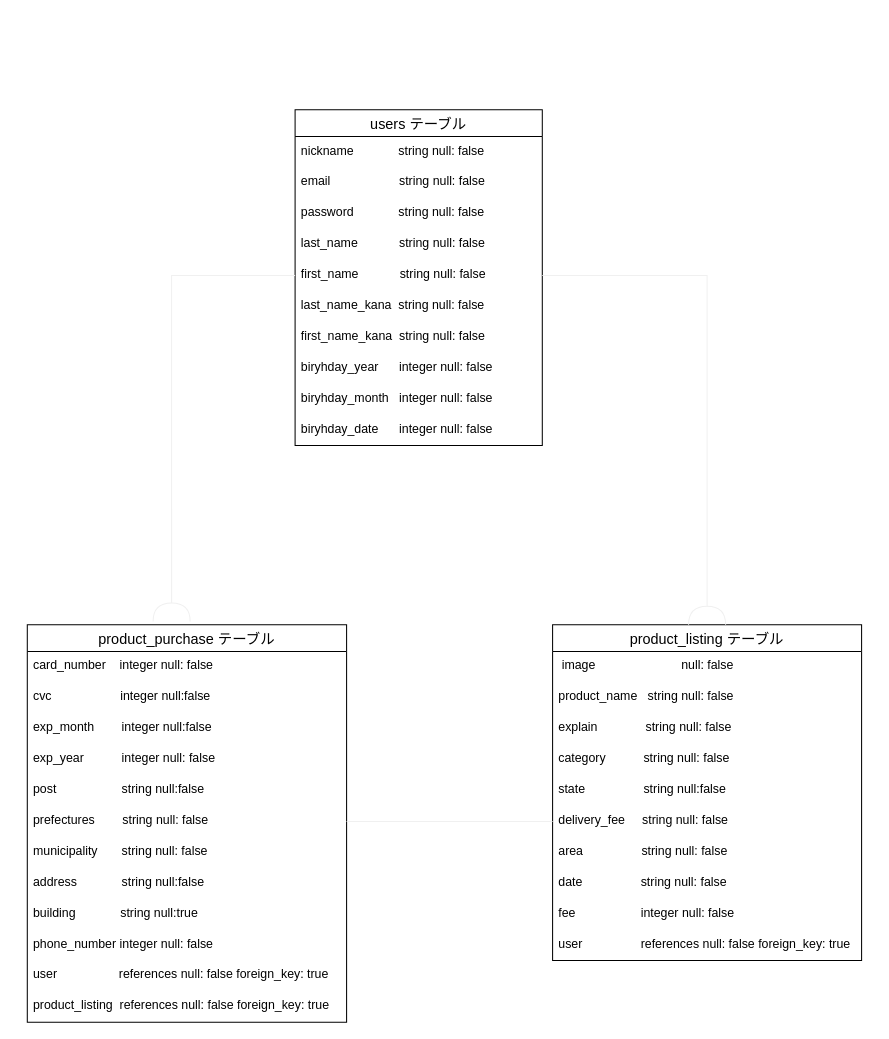
Before: ER.dio in uronchan17/furima-33528, a draw.io diagram. Source tidied: cells renumbered, new cells numbered last; positions are measured from the earlier drawing's top-left corner, leaving out a move shared by most shapes. Both pictures are drawn from the tidied source at 103%, with x=0, y=0 at pixel (27, 109).
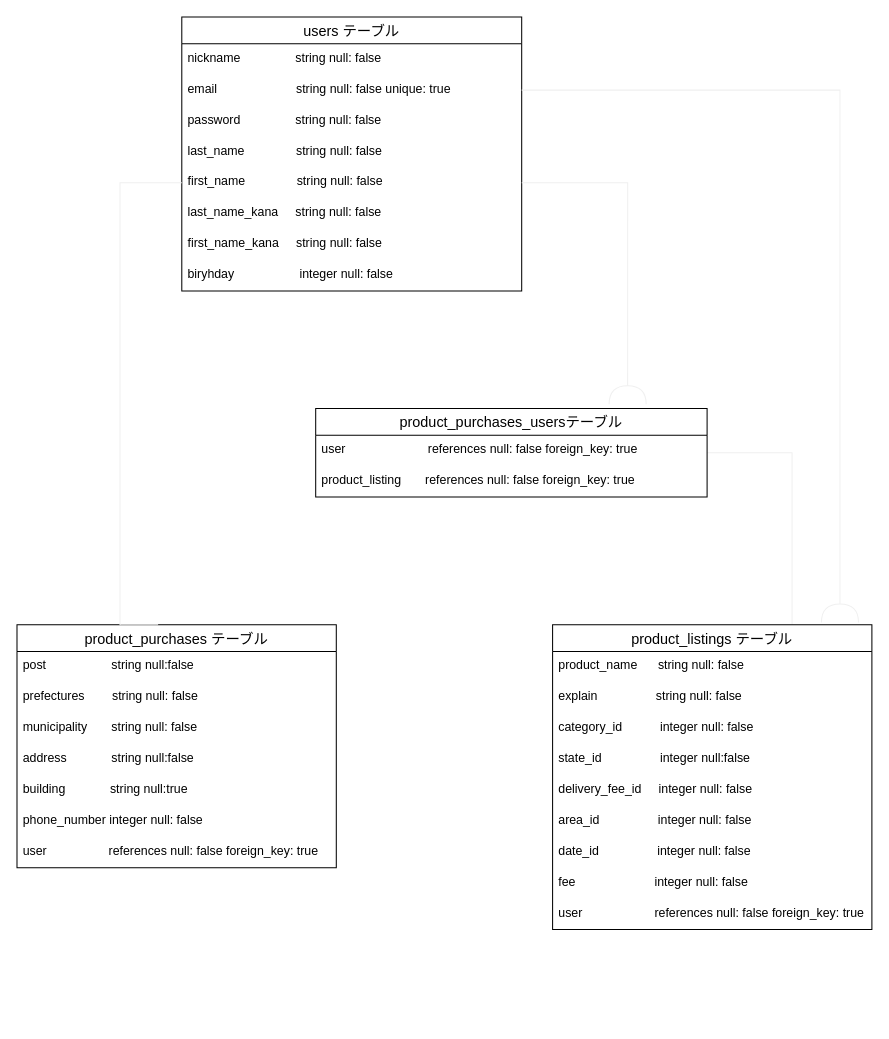
Above is the later version.

What changed in the source:
```diff
@@
     <mxCell id="2" value="users テーブル" style="swimlane;fontStyle=0;horizontal=1;startSize=26;align=center;fontSize=14;" parent="1" vertex="1">
-      <mxGeometry x="260" width="240" height="326" as="geometry" />
+      <mxGeometry x="150" y="-90" width="330" height="266" as="geometry" />
     </mxCell>
-    <mxCell id="3" value="nickname             string null: false" style="text;strokeColor=none;fillColor=none;spacingLeft=4;spacingRight=4;overflow=hidden;fontSize=12;" parent="2" vertex="1">
-      <mxGeometry y="26" width="240" height="30" as="geometry" />
+    <mxCell id="3" value="nickname                string null: false" style="text;strokeColor=none;fillColor=none;spacingLeft=4;spacingRight=4;overflow=hidden;fontSize=12;" parent="2" vertex="1">
+      <mxGeometry y="26" width="330" height="30" as="geometry" />
     </mxCell>
-    <mxCell id="4" value="email                    string null: false" style="text;strokeColor=none;fillColor=none;spacingLeft=4;spacingRight=4;overflow=hidden;points=[[0,0.5],[1,0.5]];portConstraint=eastwest;fontSize=12;" parent="2" vertex="1">
-      <mxGeometry y="56" width="240" height="30" as="geometry" />
+    <mxCell id="4" value="email                       string null: false unique: true" style="text;strokeColor=none;fillColor=none;spacingLeft=4;spacingRight=4;overflow=hidden;points=[[0,0.5],[1,0.5]];portConstraint=eastwest;fontSize=12;" parent="2" vertex="1">
+      <mxGeometry y="56" width="330" height="30" as="geometry" />
     </mxCell>
-    <mxCell id="5" value="password             string null: false" style="text;strokeColor=none;fillColor=none;spacingLeft=4;spacingRight=4;overflow=hidden;fontSize=12;" parent="2" vertex="1">
-      <mxGeometry y="86" width="240" height="30" as="geometry" />
+    <mxCell id="5" value="password                string null: false" style="text;strokeColor=none;fillColor=none;spacingLeft=4;spacingRight=4;overflow=hidden;fontSize=12;" parent="2" vertex="1">
+      <mxGeometry y="86" width="330" height="30" as="geometry" />
     </mxCell>
-    <mxCell id="6" value="last_name            string null: false " style="text;strokeColor=none;fillColor=none;spacingLeft=4;spacingRight=4;overflow=hidden;fontSize=12;" parent="2" vertex="1">
-      <mxGeometry y="116" width="240" height="30" as="geometry" />
+    <mxCell id="6" value="last_name               string null: false " style="text;strokeColor=none;fillColor=none;spacingLeft=4;spacingRight=4;overflow=hidden;fontSize=12;" parent="2" vertex="1">
+      <mxGeometry y="116" width="330" height="30" as="geometry" />
     </mxCell>
-    <mxCell id="7" value="first_name            string null: false " style="text;strokeColor=none;fillColor=none;spacingLeft=4;spacingRight=4;overflow=hidden;points=[[0,0.5],[1,0.5]];portConstraint=eastwest;fontSize=12;" parent="2" vertex="1">
-      <mxGeometry y="146" width="240" height="30" as="geometry" />
+    <mxCell id="7" value="first_name               string null: false " style="text;strokeColor=none;fillColor=none;spacingLeft=4;spacingRight=4;overflow=hidden;points=[[0,0.5],[1,0.5]];portConstraint=eastwest;fontSize=12;" parent="2" vertex="1">
+      <mxGeometry y="146" width="330" height="30" as="geometry" />
     </mxCell>
-    <mxCell id="8" value="last_name_kana  string null: false" style="text;strokeColor=none;fillColor=none;spacingLeft=4;spacingRight=4;overflow=hidden;fontSize=12;" parent="2" vertex="1">
-      <mxGeometry y="176" width="240" height="30" as="geometry" />
+    <mxCell id="8" value="last_name_kana     string null: false" style="text;strokeColor=none;fillColor=none;spacingLeft=4;spacingRight=4;overflow=hidden;fontSize=12;" parent="2" vertex="1">
+      <mxGeometry y="176" width="330" height="30" as="geometry" />
     </mxCell>
-    <mxCell id="9" value="first_name_kana  string null: false" style="text;strokeColor=none;fillColor=none;spacingLeft=4;spacingRight=4;overflow=hidden;fontSize=12;" parent="2" vertex="1">
-      <mxGeometry y="206" width="240" height="30" as="geometry" />
+    <mxCell id="9" value="first_name_kana     string null: false" style="text;strokeColor=none;fillColor=none;spacingLeft=4;spacingRight=4;overflow=hidden;fontSize=12;" parent="2" vertex="1">
+      <mxGeometry y="206" width="330" height="30" as="geometry" />
     </mxCell>
-    <mxCell id="10" value="biryhday_year      integer null: false" style="text;strokeColor=none;fillColor=none;spacingLeft=4;spacingRight=4;overflow=hidden;fontSize=12;" parent="2" vertex="1">
-      <mxGeometry y="236" width="240" height="30" as="geometry" />
+    <mxCell id="10" value="biryhday                   integer null: false" style="text;strokeColor=none;fillColor=none;spacingLeft=4;spacingRight=4;overflow=hidden;fontSize=12;" parent="2" vertex="1">
+      <mxGeometry y="236" width="330" height="30" as="geometry" />
     </mxCell>
-    <mxCell id="11" value="biryhday_month   integer null: false" style="text;strokeColor=none;fillColor=none;spacingLeft=4;spacingRight=4;overflow=hidden;fontSize=12;" parent="2" vertex="1">
-      <mxGeometry y="266" width="240" height="30" as="geometry" />
-    </mxCell>
-    <mxCell id="12" value="biryhday_date      integer null: false" style="text;strokeColor=none;fillColor=none;spacingLeft=4;spacingRight=4;overflow=hidden;fontSize=12;" parent="2" vertex="1">
-      <mxGeometry y="296" width="240" height="30" as="geometry" />
-    </mxCell>
+    <mxCell id="40" style="edgeStyle=orthogonalEdgeStyle;rounded=0;jettySize=auto;html=1;exitX=0.75;exitY=0;exitDx=0;exitDy=0;entryX=1;entryY=0.5;entryDx=0;entryDy=0;sourcePerimeterSpacing=0;endArrow=none;endFill=0;endSize=16;strokeColor=#f0f0f0;" parent="1" edge="1" source="13" target="41">
+      <mxGeometry relative="1" as="geometry" />
+    </mxCell>
-    <mxCell id="13" value="product_listing テーブル" style="swimlane;fontStyle=0;horizontal=1;startSize=26;align=center;fontSize=14;" parent="1" vertex="1">
-      <mxGeometry x="510" y="500" width="300" height="326" as="geometry" />
+    <mxCell id="13" value="product_listings テーブル" style="swimlane;fontStyle=0;horizontal=1;startSize=26;align=center;fontSize=14;" parent="1" vertex="1">
+      <mxGeometry x="510" y="500" width="310" height="296" as="geometry" />
     </mxCell>
-    <mxCell id="14" value=" image                         null: false" style="text;strokeColor=none;fillColor=none;spacingLeft=4;spacingRight=4;overflow=hidden;fontSize=12;" parent="13" vertex="1">
-      <mxGeometry y="26" width="300" height="30" as="geometry" />
-    </mxCell>
-    <mxCell id="15" value="product_name   string null: false" style="text;strokeColor=none;fillColor=none;spacingLeft=4;spacingRight=4;overflow=hidden;fontSize=12;" parent="13" vertex="1">
-      <mxGeometry y="56" width="300" height="30" as="geometry" />
+    <mxCell id="15" value="product_name      string null: false" style="text;strokeColor=none;fillColor=none;spacingLeft=4;spacingRight=4;overflow=hidden;fontSize=12;" parent="13" vertex="1">
+      <mxGeometry y="26" width="310" height="30" as="geometry" />
     </mxCell>
-    <mxCell id="16" value="explain              string null: false" style="text;strokeColor=none;fillColor=none;spacingLeft=4;spacingRight=4;overflow=hidden;fontSize=12;" parent="13" vertex="1">
-      <mxGeometry y="86" width="300" height="30" as="geometry" />
+    <mxCell id="16" value="explain                 string null: false" style="text;strokeColor=none;fillColor=none;spacingLeft=4;spacingRight=4;overflow=hidden;fontSize=12;" parent="13" vertex="1">
+      <mxGeometry y="56" width="310" height="30" as="geometry" />
     </mxCell>
-    <mxCell id="17" value="category           string null: false" style="text;strokeColor=none;fillColor=none;spacingLeft=4;spacingRight=4;overflow=hidden;fontSize=12;" parent="13" vertex="1">
-      <mxGeometry y="116" width="300" height="30" as="geometry" />
+    <mxCell id="17" value="category_id           integer null: false" style="text;strokeColor=none;fillColor=none;spacingLeft=4;spacingRight=4;overflow=hidden;fontSize=12;" parent="13" vertex="1">
+      <mxGeometry y="86" width="310" height="30" as="geometry" />
     </mxCell>
-    <mxCell id="18" value="state                 string null:false" style="text;strokeColor=none;fillColor=none;spacingLeft=4;spacingRight=4;overflow=hidden;fontSize=12;" parent="13" vertex="1">
-      <mxGeometry y="146" width="300" height="30" as="geometry" />
+    <mxCell id="18" value="state_id                 integer null:false" style="text;strokeColor=none;fillColor=none;spacingLeft=4;spacingRight=4;overflow=hidden;fontSize=12;" parent="13" vertex="1">
+      <mxGeometry y="116" width="310" height="30" as="geometry" />
     </mxCell>
-    <mxCell id="19" value="delivery_fee     string null: false" style="text;strokeColor=none;fillColor=none;spacingLeft=4;spacingRight=4;overflow=hidden;points=[[0,0.5],[1,0.5]];portConstraint=eastwest;fontSize=12;" parent="13" vertex="1">
-      <mxGeometry y="176" width="300" height="30" as="geometry" />
+    <mxCell id="19" value="delivery_fee_id     integer null: false" style="text;strokeColor=none;fillColor=none;spacingLeft=4;spacingRight=4;overflow=hidden;points=[[0,0.5],[1,0.5]];portConstraint=eastwest;fontSize=12;" parent="13" vertex="1">
+      <mxGeometry y="146" width="310" height="30" as="geometry" />
     </mxCell>
-    <mxCell id="20" value="area                 string null: false" style="text;strokeColor=none;fillColor=none;spacingLeft=4;spacingRight=4;overflow=hidden;fontSize=12;" parent="13" vertex="1">
-      <mxGeometry y="206" width="300" height="30" as="geometry" />
+    <mxCell id="20" value="area_id                 integer null: false" style="text;strokeColor=none;fillColor=none;spacingLeft=4;spacingRight=4;overflow=hidden;fontSize=12;" parent="13" vertex="1">
+      <mxGeometry y="176" width="310" height="30" as="geometry" />
     </mxCell>
-    <mxCell id="21" value="date                 string null: false" style="text;strokeColor=none;fillColor=none;spacingLeft=4;spacingRight=4;overflow=hidden;fontSize=12;" parent="13" vertex="1">
-      <mxGeometry y="236" width="300" height="30" as="geometry" />
+    <mxCell id="21" value="date_id                 integer null: false" style="text;strokeColor=none;fillColor=none;spacingLeft=4;spacingRight=4;overflow=hidden;fontSize=12;" parent="13" vertex="1">
+      <mxGeometry y="206" width="310" height="30" as="geometry" />
     </mxCell>
-    <mxCell id="22" value="fee                   integer null: false" style="text;strokeColor=none;fillColor=none;spacingLeft=4;spacingRight=4;overflow=hidden;fontSize=12;" parent="13" vertex="1">
-      <mxGeometry y="266" width="300" height="30" as="geometry" />
+    <mxCell id="22" value="fee                       integer null: false" style="text;strokeColor=none;fillColor=none;spacingLeft=4;spacingRight=4;overflow=hidden;fontSize=12;" parent="13" vertex="1">
+      <mxGeometry y="236" width="310" height="30" as="geometry" />
     </mxCell>
-    <mxCell id="23" value="user                 references null: false foreign_key: true" style="text;strokeColor=none;fillColor=none;spacingLeft=4;spacingRight=4;overflow=hidden;fontSize=12;" parent="13" vertex="1">
-      <mxGeometry y="296" width="300" height="30" as="geometry" />
+    <mxCell id="23" value="user                     references null: false foreign_key: true" style="text;strokeColor=none;fillColor=none;spacingLeft=4;spacingRight=4;overflow=hidden;fontSize=12;" parent="13" vertex="1">
+      <mxGeometry y="266" width="310" height="30" as="geometry" />
     </mxCell>
-    <mxCell id="24" value="product_purchase テーブル" style="swimlane;fontStyle=0;horizontal=1;startSize=26;align=center;fontSize=14;" parent="1" vertex="1">
-      <mxGeometry y="500" width="310" height="386" as="geometry" />
+    <mxCell id="24" value="product_purchases テーブル" style="swimlane;fontStyle=0;horizontal=1;startSize=26;align=center;fontSize=14;" parent="1" vertex="1">
+      <mxGeometry x="-10" y="500" width="310" height="236" as="geometry" />
     </mxCell>
-    <mxCell id="25" value="card_number    integer null: false" style="text;strokeColor=none;fillColor=none;spacingLeft=4;spacingRight=4;overflow=hidden;fontSize=12;" parent="24" vertex="1">
-      <mxGeometry y="26" width="310" height="30" as="geometry" />
-    </mxCell>
-    <mxCell id="26" value="cvc                    integer null:false" style="text;strokeColor=none;fillColor=none;spacingLeft=4;spacingRight=4;overflow=hidden;fontSize=12;" parent="24" vertex="1">
-      <mxGeometry y="56" width="310" height="30" as="geometry" />
-    </mxCell>
-    <mxCell id="27" value="exp_month        integer null:false" style="text;strokeColor=none;fillColor=none;spacingLeft=4;spacingRight=4;overflow=hidden;fontSize=12;" parent="24" vertex="1">
-      <mxGeometry y="86" width="310" height="30" as="geometry" />
-    </mxCell>
-    <mxCell id="28" value="exp_year           integer null: false" style="text;strokeColor=none;fillColor=none;spacingLeft=4;spacingRight=4;overflow=hidden;fontSize=12;" parent="24" vertex="1">
-      <mxGeometry y="116" width="310" height="30" as="geometry" />
-    </mxCell>
     <mxCell id="29" value="post                   string null:false" style="text;strokeColor=none;fillColor=none;spacingLeft=4;spacingRight=4;overflow=hidden;fontSize=12;" parent="24" vertex="1">
-      <mxGeometry y="146" width="310" height="30" as="geometry" />
+      <mxGeometry y="26" width="310" height="30" as="geometry" />
     </mxCell>
     <mxCell id="30" value="prefectures        string null: false" style="text;strokeColor=none;fillColor=none;spacingLeft=4;spacingRight=4;overflow=hidden;points=[[0,0.5],[1,0.5]];portConstraint=eastwest;fontSize=12;" parent="24" vertex="1">
-      <mxGeometry y="176" width="310" height="30" as="geometry" />
+      <mxGeometry y="56" width="310" height="30" as="geometry" />
     </mxCell>
     <mxCell id="31" value="municipality       string null: false" style="text;strokeColor=none;fillColor=none;spacingLeft=4;spacingRight=4;overflow=hidden;fontSize=12;" parent="24" vertex="1">
-      <mxGeometry y="206" width="310" height="30" as="geometry" />
+      <mxGeometry y="86" width="310" height="30" as="geometry" />
     </mxCell>
     <mxCell id="32" value="address             string null:false" style="text;strokeColor=none;fillColor=none;spacingLeft=4;spacingRight=4;overflow=hidden;fontSize=12;" parent="24" vertex="1">
-      <mxGeometry y="236" width="310" height="30" as="geometry" />
+      <mxGeometry y="116" width="310" height="30" as="geometry" />
     </mxCell>
     <mxCell id="33" value="building             string null:true      " style="text;strokeColor=none;fillColor=none;spacingLeft=4;spacingRight=4;overflow=hidden;fontSize=12;" parent="24" vertex="1">
-      <mxGeometry y="266" width="310" height="30" as="geometry" />
+      <mxGeometry y="146" width="310" height="30" as="geometry" />
     </mxCell>
     <mxCell id="34" value="phone_number integer null: false" style="text;strokeColor=none;fillColor=none;spacingLeft=4;spacingRight=4;overflow=hidden;fontSize=12;" parent="24" vertex="1">
-      <mxGeometry y="296" width="310" height="30" as="geometry" />
+      <mxGeometry y="176" width="310" height="30" as="geometry" />
     </mxCell>
     <mxCell id="35" value="user                  references null: false foreign_key: true" style="text;strokeColor=none;fillColor=none;spacingLeft=4;spacingRight=4;overflow=hidden;fontSize=12;" parent="24" vertex="1">
-      <mxGeometry y="326" width="310" height="30" as="geometry" />
+      <mxGeometry y="206" width="310" height="30" as="geometry" />
     </mxCell>
+    <mxCell id="41" value="product_purchases_usersテーブル" style="swimlane;fontStyle=0;horizontal=1;startSize=26;align=center;fontSize=14;" parent="1" vertex="1">
+      <mxGeometry x="280" y="290" width="380" height="86" as="geometry" />
+    </mxCell>
+    <mxCell id="42" value="user                        references null: false foreign_key: true" style="text;strokeColor=none;fillColor=none;spacingLeft=4;spacingRight=4;overflow=hidden;fontSize=12;" parent="41" vertex="1">
+      <mxGeometry y="26" width="380" height="30" as="geometry" />
+    </mxCell>
-    <mxCell id="36" value="product_listing  references null: false foreign_key: true" style="text;strokeColor=none;fillColor=none;spacingLeft=4;spacingRight=4;overflow=hidden;fontSize=12;" parent="24" vertex="1">
-      <mxGeometry y="356" width="310" height="30" as="geometry" />
+    <mxCell id="36" value="product_listing       references null: false foreign_key: true" style="text;strokeColor=none;fillColor=none;spacingLeft=4;spacingRight=4;overflow=hidden;fontSize=12;" parent="41" vertex="1">
+      <mxGeometry y="56" width="380" height="30" as="geometry" />
     </mxCell>
+    <mxCell id="43" style="edgeStyle=orthogonalEdgeStyle;rounded=0;jettySize=auto;html=1;exitX=1;exitY=0.5;exitDx=0;exitDy=0;entryX=0.797;entryY=-0.047;entryDx=0;entryDy=0;entryPerimeter=0;sourcePerimeterSpacing=0;endArrow=halfCircle;endFill=0;endSize=16;strokeColor=#f0f0f0;" parent="1" edge="1" source="7" target="41">
+      <mxGeometry relative="1" as="geometry" />
+    </mxCell>
-    <mxCell id="37" style="edgeStyle=orthogonalEdgeStyle;rounded=0;jettySize=auto;html=1;exitX=0;exitY=0.5;exitDx=0;exitDy=0;entryX=0.452;entryY=-0.008;entryDx=0;entryDy=0;entryPerimeter=0;sourcePerimeterSpacing=0;endArrow=halfCircle;endFill=0;endSize=16;strokeColor=#f0f0f0;" parent="1" edge="1" source="7" target="24">
-      <mxGeometry relative="1" as="geometry" />
+    <mxCell id="37" style="edgeStyle=orthogonalEdgeStyle;rounded=0;jettySize=auto;html=1;exitX=0;exitY=0.5;exitDx=0;exitDy=0;entryX=0.442;entryY=0;entryDx=0;entryDy=0;entryPerimeter=0;sourcePerimeterSpacing=0;endArrow=none;endFill=0;endSize=16;strokeColor=#f0f0f0;" parent="1" edge="1" source="7" target="24">
+      <mxGeometry relative="1" as="geometry">
+        <Array as="points">
+          <mxPoint x="90" y="71" />
+          <mxPoint x="90" y="500" />
+        </Array>
+      </mxGeometry>
     </mxCell>
-    <mxCell id="38" style="edgeStyle=orthogonalEdgeStyle;rounded=0;jettySize=auto;html=1;exitX=1;exitY=0.5;exitDx=0;exitDy=0;entryX=0.5;entryY=0;entryDx=0;entryDy=0;sourcePerimeterSpacing=0;endArrow=halfCircle;endFill=0;endSize=16;strokeColor=#f0f0f0;" parent="1" edge="1" source="7" target="13">
-      <mxGeometry relative="1" as="geometry" />
-    </mxCell>
-    <mxCell id="39" style="edgeStyle=orthogonalEdgeStyle;rounded=0;jettySize=auto;html=1;exitX=1;exitY=0.5;exitDx=0;exitDy=0;entryX=0;entryY=0.5;entryDx=0;entryDy=0;sourcePerimeterSpacing=0;endArrow=none;endFill=0;endSize=16;strokeColor=#f0f0f0;" parent="1" edge="1" source="30" target="19">
-      <mxGeometry relative="1" as="geometry" />
-    </mxCell>
+    <mxCell id="44" style="edgeStyle=orthogonalEdgeStyle;rounded=0;jettySize=auto;html=1;exitX=1;exitY=0.5;exitDx=0;exitDy=0;sourcePerimeterSpacing=0;endArrow=halfCircle;endFill=0;endSize=16;strokeColor=#f0f0f0;entryX=0.9;entryY=-0.007;entryDx=0;entryDy=0;entryPerimeter=0;" parent="1" edge="1" source="4" target="13">
+      <mxGeometry relative="1" as="geometry" />
+    </mxCell>
```
